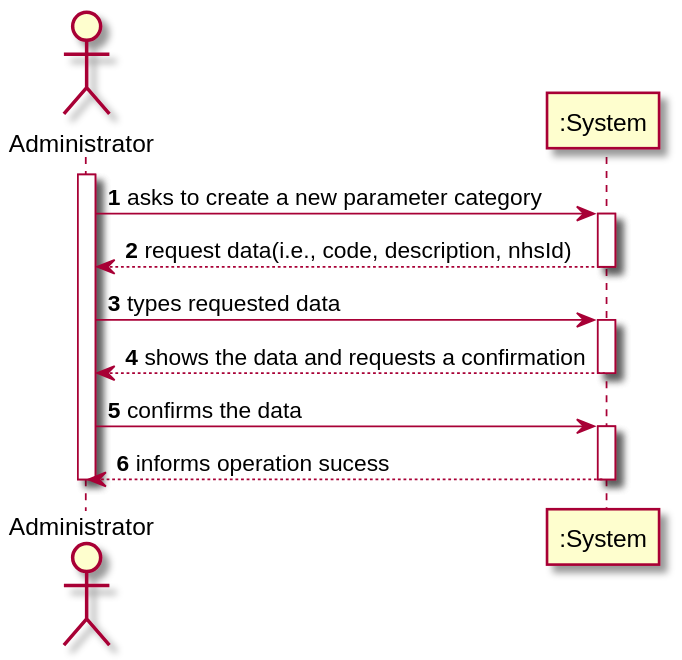
This is docs/SprintB/US_11/US011_SSD.svg from ana-albergaria/LAPR2-ISEP, a PlantUML export, as it was before one commit.
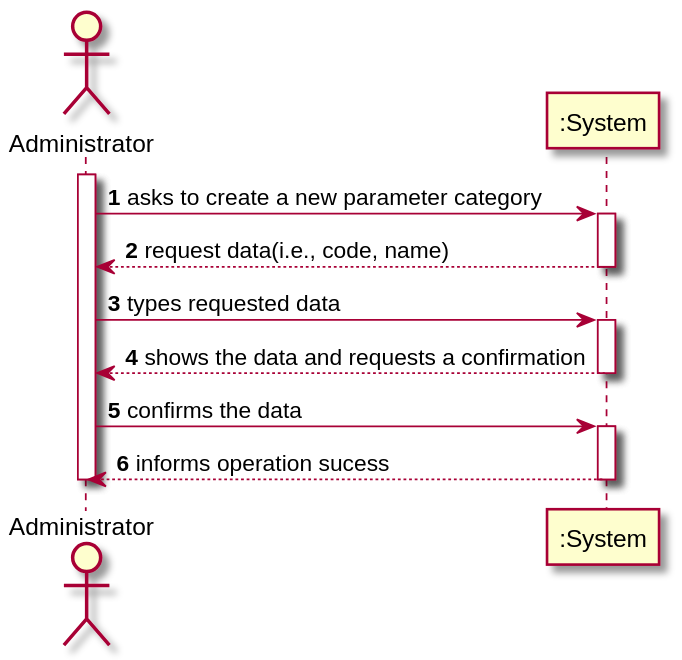
Above is the later version.

What changed in the source:
```diff
@@ -5,7 +5,7 @@
 activate Adm
 Adm-> ":System" : asks to create a new parameter category
 activate ":System"
-":System" --> Adm : request data(i.e., code, description, nhsId)
+":System" --> Adm : request data(i.e., code, name)
 deactivate ":System"
 
 Adm-> ":System" : types requested data
```
